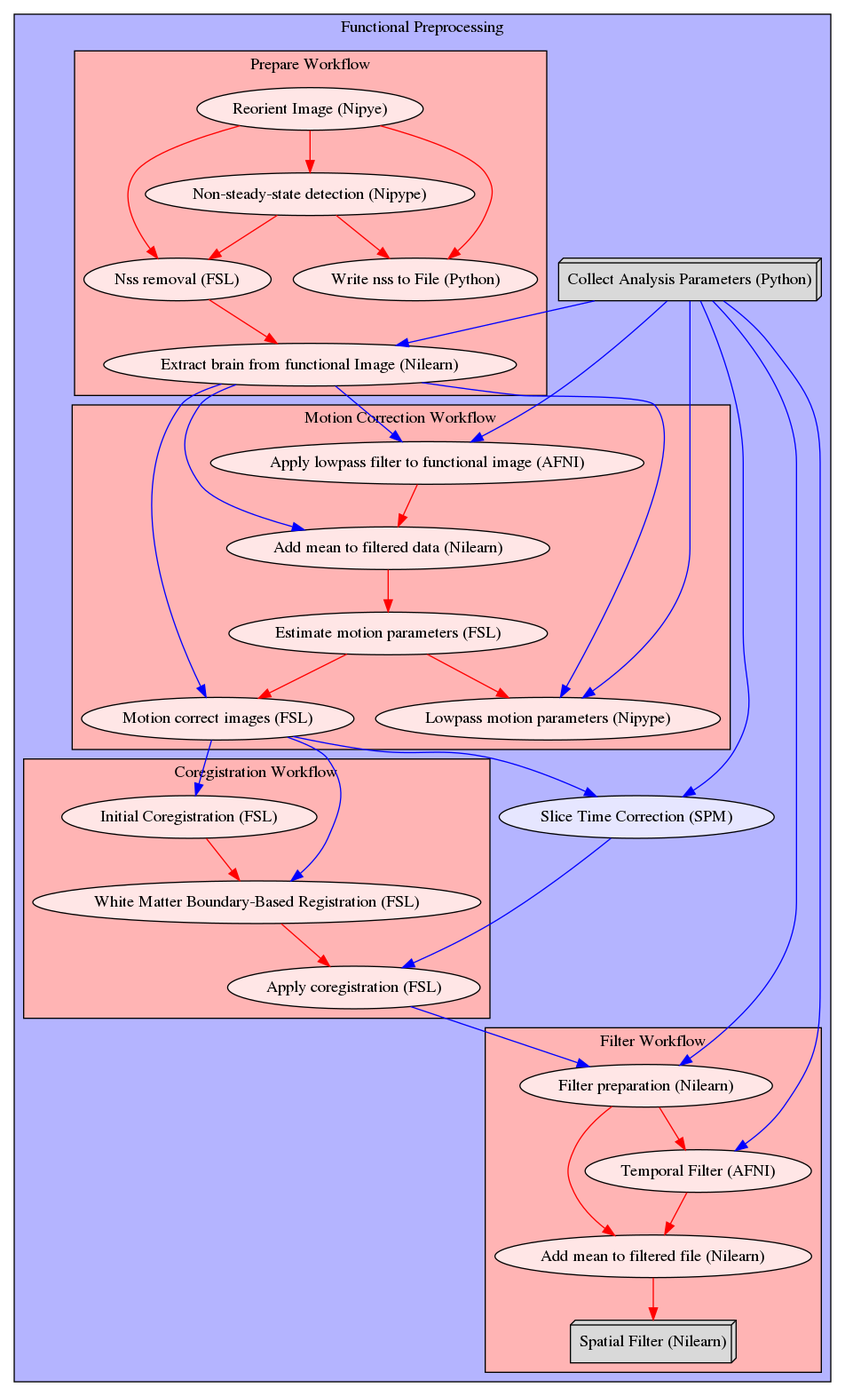
Above: static/preproc_func.png in miykael/fmriflows (Graphviz), before the change. Its source is kept beside it as static/preproc_func.dot.
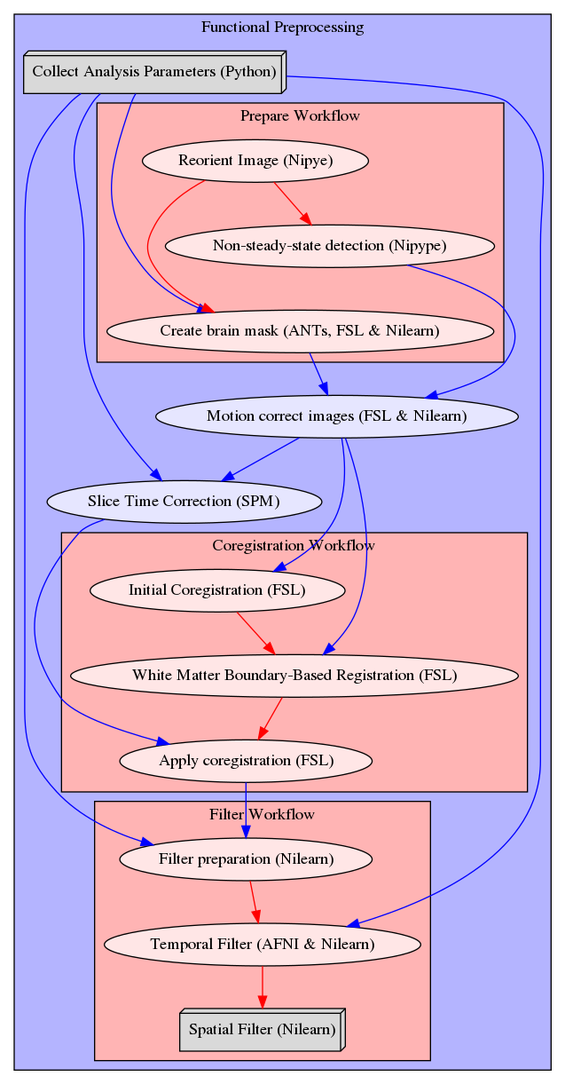
Above is the later version.

Commit message:
ENH: update figures

The edit, as a diff of the source:
```diff
@@ -4,79 +4,55 @@
       style=filled;
       fillcolor="#B4B4FF";
       label="Functional Preprocessing";
-    slice_time[label="Slice Time Correction (SPM)", style=filled, fillcolor="#E6E6FF"];
-    get_Param[label="Collect Analysis Parameters (Python)", shape=box3d,style=filled, color=black, colorscheme=greys7 fillcolor=2];
+      motion_correction[label="Motion correct images (FSL & Nilearn)", style=filled, fillcolor="#E6E6FF"];
+      slice_time[label="Slice Time Correction (SPM)", style=filled, fillcolor="#E6E6FF"];
+      get_Param[label="Collect Analysis Parameters (Python)", shape=box3d,style=filled, color=black, colorscheme=greys7, fillcolor=2];
     subgraph cluster_prepareflow {
             edge [color="#FF0000"];
             style=filled;
             fillcolor="#FFB4B4";
             label="Prepare Workflow";
-        prepareflow_reorient[label="Reorient Image (Nipye)", style=filled, fillcolor="#FFE6E6"];
-        prepareflow_nss_detection[label="Non-steady-state detection (Nipype)", style=filled, fillcolor="#FFE6E6"];
-        prepareflow_nss_removal[label="Nss removal (FSL)", style=filled, fillcolor="#FFE6E6"];
-        prepareflow_brain_extraction[label="Extract brain from functional Image (Nilearn)", style=filled, fillcolor="#FFE6E6"];
-        prepareflow_write_nss[label="Write nss to File (Python)", style=filled, fillcolor="#FFE6E6"];
-        prepareflow_reorient -> prepareflow_nss_detection;
-        prepareflow_reorient -> prepareflow_nss_removal;
-        prepareflow_reorient -> prepareflow_write_nss;
-        prepareflow_nss_detection -> prepareflow_write_nss;
-        prepareflow_nss_detection -> prepareflow_nss_removal;
-        prepareflow_nss_removal -> prepareflow_brain_extraction;
-    }
-    subgraph cluster_mcflow {
-            edge [color="#FF0000"];
-            style=filled;
-            fillcolor="#FFB4B4";
-            label="Motion Correction Workflow";
-        mcflow_apply_low_pass[label="Apply lowpass filter to functional image (AFNI)", style=filled, fillcolor="#FFE6E6"];
-        mcflow_add_mean_to_bandpass[label="Add mean to filtered data (Nilearn)", style=filled, fillcolor="#FFE6E6"];
-        mcflow_mcflirt_estimation[label="Estimate motion parameters (FSL)", style=filled, fillcolor="#FFE6E6"];
-        mcflow_lowpass_mc[label="Lowpass motion parameters (Nipype)", style=filled, fillcolor="#FFE6E6"];
-        mcflow_motion_correction[label="Motion correct images (FSL)", style=filled, fillcolor="#FFE6E6"];
-        mcflow_apply_low_pass -> mcflow_add_mean_to_bandpass;
-        mcflow_add_mean_to_bandpass -> mcflow_mcflirt_estimation;
-        mcflow_mcflirt_estimation -> mcflow_motion_correction;
-        mcflow_mcflirt_estimation -> mcflow_lowpass_mc;
+            prepareflow_reorient[label="Reorient Image (Nipye)", style=filled, fillcolor="#FFE6E6"];
+            prepareflow_nss_detection[label="Non-steady-state detection (Nipype)", style=filled, fillcolor="#FFE6E6"];
+            prepareflow_brain_extraction[label="Create brain mask (ANTs, FSL & Nilearn)", style=filled, fillcolor="#FFE6E6"];
+            prepareflow_reorient -> prepareflow_nss_detection;
+            prepareflow_reorient -> prepareflow_brain_extraction;
+            prepareflow_nss_detection -> prepareflow_brain_extraction [color="#00000000"];
     }
     subgraph cluster_coregflow {
             edge [color="#FF0000"];
             style=filled;
             fillcolor="#FFB4B4";
             label="Coregistration Workflow";
-        coregflow_coreg_pre[label="Initial Coregistration (FSL)", style=filled, fillcolor="#FFE6E6"];
-        coregflow_coreg_bbr[label="White Matter Boundary-Based Registration (FSL)", style=filled, fillcolor="#FFE6E6"];
-        coregflow_apply_coreg[label="Apply coregistration (FSL)", style=filled, fillcolor="#FFE6E6"];
-        coregflow_coreg_pre -> coregflow_coreg_bbr;
-        coregflow_coreg_bbr -> coregflow_apply_coreg;
+            coregflow_coreg_pre[label="Initial Coregistration (FSL)", style=filled, fillcolor="#FFE6E6"];
+            coregflow_coreg_bbr[label="White Matter Boundary-Based Registration (FSL)", style=filled, fillcolor="#FFE6E6"];
+            coregflow_apply_coreg[label="Apply coregistration (FSL)", style=filled, fillcolor="#FFE6E6"];
+            coregflow_coreg_pre -> coregflow_coreg_bbr;
+            coregflow_coreg_bbr -> coregflow_apply_coreg;
     }
     subgraph cluster_filterflow {
             edge [color="#FF0000"];
             style=filled;
             fillcolor="#FFB4B4";
             label="Filter Workflow";
-        filterflow_filter_preparation[label="Filter preparation (Nilearn)", style=filled, fillcolor="#FFE6E6"];
-        filterflow_temporal_filter[label="Temporal Filter (AFNI)", style=filled, fillcolor="#FFE6E6"];
-        filterflow_add_mean_to_filt[label="Add mean to filtered file (Nilearn)", style=filled, fillcolor="#FFE6E6"];
-        filterflow_spatial_filter[label="Spatial Filter (Nilearn)", shape=box3d,style=filled, color=black, colorscheme=greys7 fillcolor=2];
-        filterflow_filter_preparation -> filterflow_temporal_filter;
-        filterflow_filter_preparation -> filterflow_add_mean_to_filt;
-        filterflow_temporal_filter -> filterflow_add_mean_to_filt;
-        filterflow_add_mean_to_filt -> filterflow_spatial_filter;
+            filterflow_filter_preparation[label="Filter preparation (Nilearn)", style=filled, fillcolor="#FFE6E6"];
+            filterflow_temporal_filter[label="Temporal Filter (AFNI & Nilearn)", style=filled, fillcolor="#FFE6E6"];
+            filterflow_spatial_filter[label="Spatial Filter (Nilearn)", shape=box3d,style=filled, color=black, colorscheme=greys7, fillcolor=2];
+            filterflow_filter_preparation -> filterflow_temporal_filter;
+            filterflow_temporal_filter -> filterflow_spatial_filter;
     }
-    prepareflow_brain_extraction -> mcflow_motion_correction;
-    prepareflow_brain_extraction -> mcflow_apply_low_pass;
-    prepareflow_brain_extraction -> mcflow_add_mean_to_bandpass;
-    prepareflow_brain_extraction -> mcflow_lowpass_mc;
-    mcflow_motion_correction -> slice_time;
-    mcflow_motion_correction -> coregflow_coreg_pre;
-    mcflow_motion_correction -> coregflow_coreg_bbr;
+    prepareflow_brain_extraction -> motion_correction;
+    prepareflow_nss_detection -> motion_correction;
+    motion_correction -> slice_time;
+    motion_correction -> coregflow_coreg_pre;
+    motion_correction -> coregflow_coreg_bbr;
     slice_time -> coregflow_apply_coreg;
+    slice_time -> coregflow_coreg_pre [color="#00000000"];
     coregflow_apply_coreg -> filterflow_filter_preparation;
-    get_Param -> mcflow_apply_low_pass;
-    get_Param -> mcflow_lowpass_mc;
     get_Param -> slice_time;
     get_Param -> filterflow_filter_preparation;
     get_Param -> filterflow_temporal_filter;
     get_Param -> prepareflow_brain_extraction;
+    get_Param -> prepareflow_reorient [color="#00000000"];
   }
 }
```
